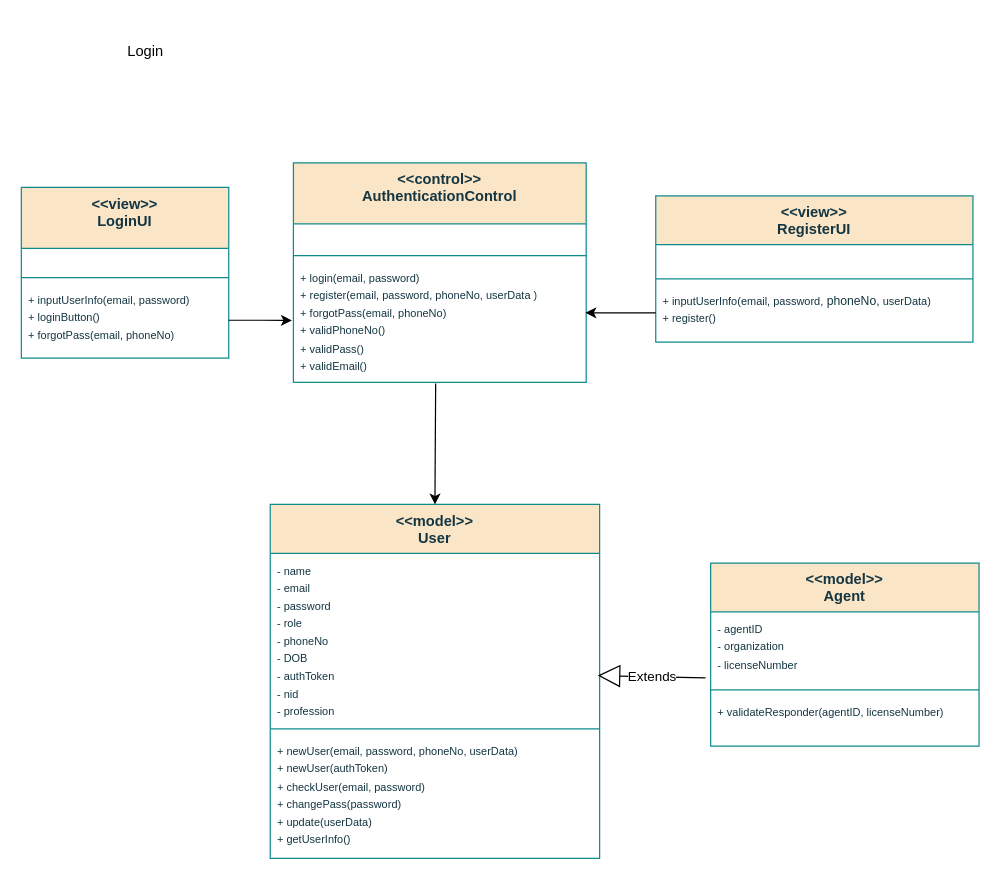
Before: page "1. Login and Registration" (1 of 17) of Untitled Diagram.drawio in TH-014/CSE_326, a draw.io diagram. Source tidied: cells renumbered, new cells numbered last; positions are measured from the earlier drawing's top-left corner, leaving out a move shared by most shapes. Both pictures are drawn from the tidied source at 122%, with x=0, y=0 at pixel (21, 21).
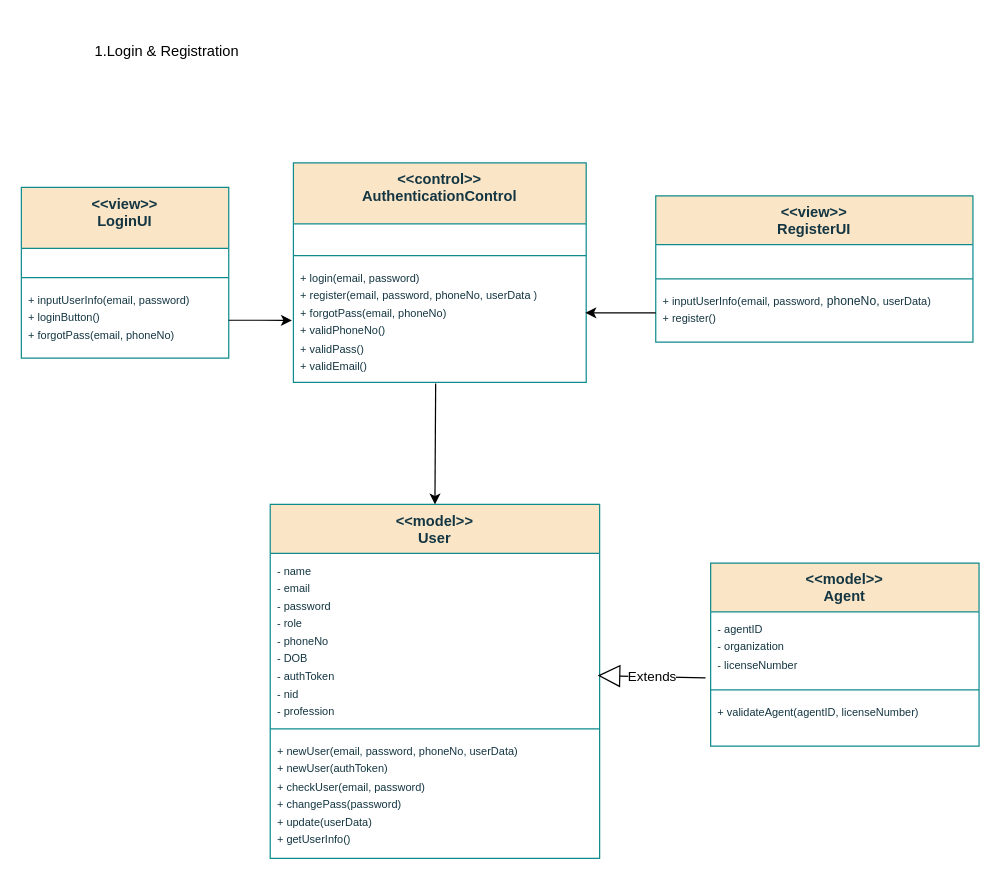
The same page after the edit.

The change refers to these unchanged cells:
```xml
<mxCell id="23" value="&amp;lt;&amp;lt;model&amp;gt;&amp;gt;&lt;br&gt;Agent" style="swimlane;fontStyle=1;align=center;verticalAlign=top;horizontal=1;startSize=40;whiteSpace=wrap;html=1;labelBackgroundColor=none;fillColor=#FAE5C7;strokeColor=#0F8B8D;fontColor=#143642;" parent="1" vertex="1">
  <mxGeometry x="565" y="444" width="220" height="150" as="geometry" />
</mxCell>
```

Change to the diagram source:
```diff
@@
-    <mxCell id="19" value="Login" style="text;html=1;strokeColor=none;fillColor=none;align=center;verticalAlign=middle;whiteSpace=wrap;rounded=0;" parent="1" vertex="1">
-      <mxGeometry x="52" width="100" height="50" as="geometry" />
+    <mxCell id="19" value="1.Login &amp;amp; Registration" style="text;html=1;strokeColor=none;fillColor=none;align=center;verticalAlign=middle;whiteSpace=wrap;rounded=0;" parent="1" vertex="1">
+      <mxGeometry x="52" width="135" height="50" as="geometry" />
     </mxCell>
@@
-    <mxCell id="27" value="&lt;div&gt;&lt;font style=&quot;font-size: 9px;&quot;&gt;+ validateResponder(agentID, licenseNumber)&lt;/font&gt;&lt;/div&gt;" style="text;strokeColor=none;fillColor=none;align=left;verticalAlign=top;spacingLeft=4;spacingRight=4;overflow=hidden;whiteSpace=wrap;html=1;labelBackgroundColor=none;fontColor=#143642;" parent="23" vertex="1">
+    <mxCell id="27" value="&lt;div&gt;&lt;font style=&quot;font-size: 9px;&quot;&gt;+ validateAgent(agentID, licenseNumber)&lt;/font&gt;&lt;/div&gt;" style="text;strokeColor=none;fillColor=none;align=left;verticalAlign=top;spacingLeft=4;spacingRight=4;overflow=hidden;whiteSpace=wrap;html=1;labelBackgroundColor=none;fontColor=#143642;" parent="23" vertex="1">
       <mxGeometry y="108" width="220" height="42" as="geometry" />
     </mxCell>
```
